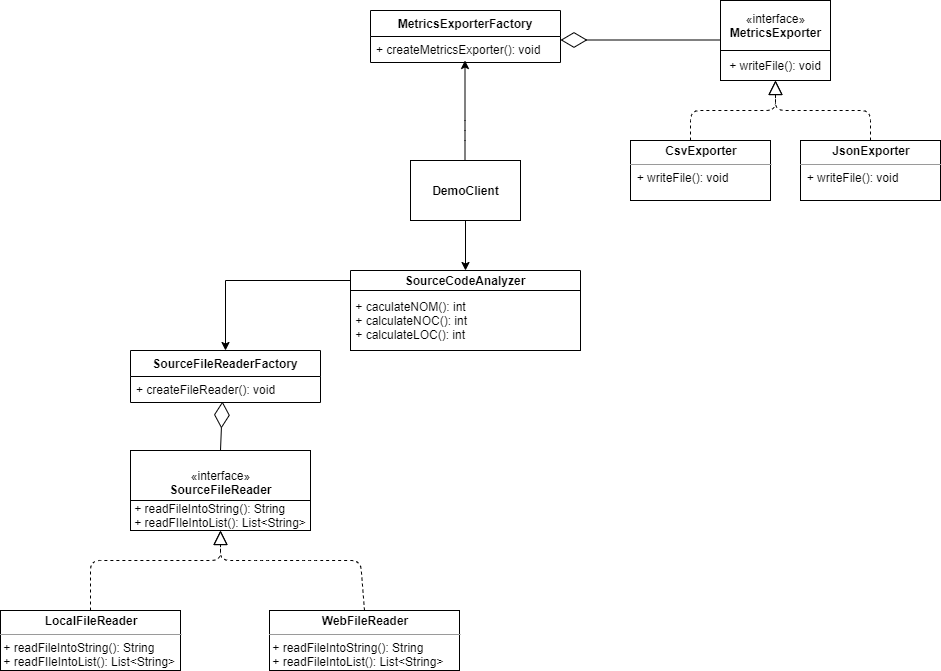
Earlier version of the draw.io export sourcecodeanalyzer/current_class_diagram.png (Elviraant/seip-assignments-2020). Source tidied: cells renumbered, new cells last; positions are measured from the earlier drawing's top-left corner, leaving out a move shared by most shapes.
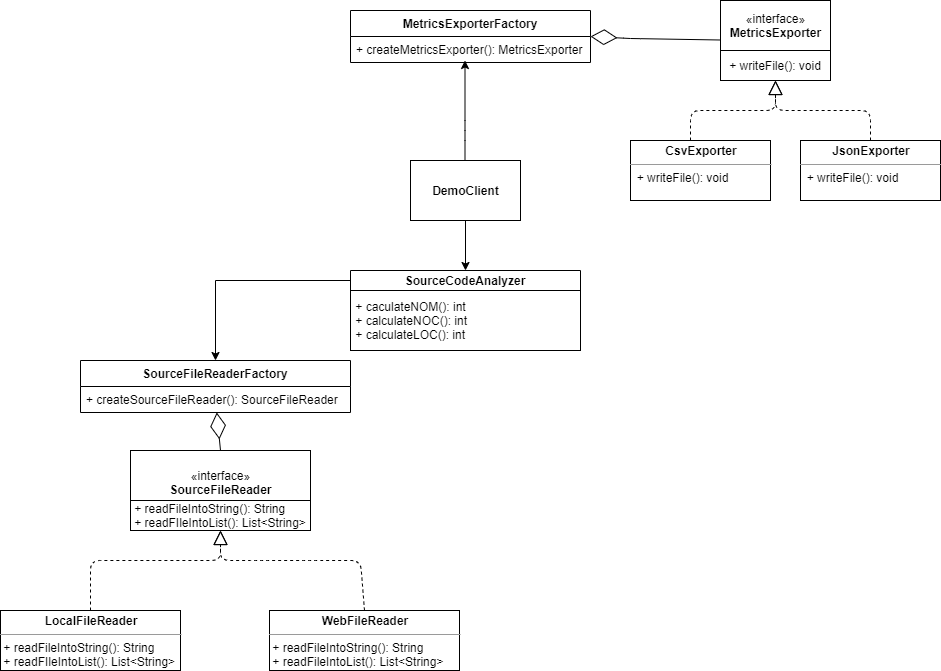
After the commit.

Commit message:
Update current class diagram

What changed in the source:
```diff
@@ -34,17 +34,19 @@
         </Array>
       </mxGeometry>
     </mxCell>
-    <mxCell id="9" style="endArrow=diamondThin;endFill=0;endSize=24;html=1;" parent="1" edge="1">
+    <mxCell id="9" style="endArrow=diamondThin;endFill=0;endSize=24;html=1;entryX=1;entryY=0.5;entryDx=0;entryDy=0;" parent="1" edge="1" target="10">
       <mxGeometry relative="1" as="geometry">
         <mxPoint x="720" y="39.5" as="sourcePoint" />
-        <mxPoint x="560" y="39.5" as="targetPoint" />
+        <Array as="points">
+          <mxPoint x="630" y="38" />
+        </Array>
       </mxGeometry>
     </mxCell>
     <mxCell id="10" value="MetricsExporterFactory" style="swimlane;fontStyle=1;horizontal=1;startSize=26;fillColor=none;" parent="1" vertex="1">
-      <mxGeometry x="370" y="10" width="190" height="52" as="geometry" />
+      <mxGeometry x="350" y="10" width="240" height="52" as="geometry" />
     </mxCell>
-    <mxCell id="11" value="+ createMetricsExporter(): void" style="text;strokeColor=none;fillColor=none;align=left;verticalAlign=top;spacingLeft=4;spacingRight=4;overflow=hidden;" parent="10" vertex="1">
-      <mxGeometry y="26" width="190" height="26" as="geometry" />
+    <mxCell id="11" value="+ createMetricsExporter(): MetricsExporter" style="text;strokeColor=none;fillColor=none;align=left;verticalAlign=top;spacingLeft=4;spacingRight=4;overflow=hidden;" parent="10" vertex="1">
+      <mxGeometry y="26" width="240" height="26" as="geometry" />
     </mxCell>
     <mxCell id="12" style="edgeStyle=orthogonalEdgeStyle;rounded=0;jettySize=auto;html=1;" parent="1" edge="1" source="13" target="27">
       <mxGeometry relative="1" as="geometry" />
@@ -64,7 +66,7 @@
     <mxCell id="15" style="edgeStyle=orthogonalEdgeStyle;rounded=0;jettySize=auto;html=1;exitX=0;exitY=0.5;exitDx=0;exitDy=0;entryX=0.5;entryY=0;entryDx=0;entryDy=0;" parent="1" edge="1" source="27" target="25">
       <mxGeometry relative="1" as="geometry" />
     </mxCell>
-    <mxCell id="16" style="endArrow=diamondThin;endFill=0;endSize=24;html=1;exitX=0.5;exitY=0;exitDx=0;exitDy=0;entryX=0.484;entryY=0.962;entryDx=0;entryDy=0;entryPerimeter=0;" parent="1" edge="1" source="19" target="26">
+    <mxCell id="16" style="endArrow=diamondThin;endFill=0;endSize=24;html=1;exitX=0.5;exitY=0;exitDx=0;exitDy=0;" parent="1" edge="1" source="19" target="26">
       <mxGeometry relative="1" as="geometry" />
     </mxCell>
     <mxCell id="17" style="group;" parent="1" vertex="1">
@@ -104,17 +106,17 @@
         </Array>
       </mxGeometry>
     </mxCell>
+    <mxCell id="27" value="SourceCodeAnalyzer" style="swimlane;fontStyle=1;horizontal=1;startSize=26;fillColor=none;" parent="1" vertex="1">
+      <mxGeometry x="350" y="270" width="230" height="20" as="geometry" />
+    </mxCell>
+    <mxCell id="28" value="&amp;nbsp;+ caculateNOM(): int&lt;br&gt;&amp;nbsp;+ calculateNOC(): int&lt;br&gt;&amp;nbsp;+ calculateLOC(): int" style="rounded=0;whiteSpace=wrap;html=1;align=left;" parent="1" vertex="1">
+      <mxGeometry x="350" y="290" width="230" height="60" as="geometry" />
+    </mxCell>
     <mxCell id="25" value="SourceFileReaderFactory" style="swimlane;fontStyle=1;horizontal=1;startSize=26;fillColor=none;" parent="1" vertex="1">
-      <mxGeometry x="130" y="350" width="190" height="52" as="geometry" />
+      <mxGeometry x="80" y="360" width="270" height="52" as="geometry" />
     </mxCell>
-    <mxCell id="26" value="+ createFileReader(): void" style="text;strokeColor=none;fillColor=none;align=left;verticalAlign=top;spacingLeft=4;spacingRight=4;overflow=hidden;points=[[0,0.5],[1,0.5]];portConstraint=eastwest;" parent="25" vertex="1">
-      <mxGeometry y="26" width="190" height="26" as="geometry" />
+    <mxCell id="26" value="+ createSourceFileReader(): SourceFileReader" style="text;strokeColor=none;fillColor=none;align=left;verticalAlign=top;spacingLeft=4;spacingRight=4;overflow=hidden;points=[[0,0.5],[1,0.5]];portConstraint=eastwest;" parent="25" vertex="1">
+      <mxGeometry y="26" width="270" height="26" as="geometry" />
     </mxCell>
-    <mxCell id="27" value="SourceCodeAnalyzer" style="swimlane;fontStyle=1;horizontal=1;startSize=26;fillColor=none;" parent="1" vertex="1">
-      <mxGeometry x="350" y="270" width="230" height="20" as="geometry" />
-    </mxCell>
-    <mxCell id="28" value="&amp;nbsp;+ caculateNOM(): int&lt;br&gt;&amp;nbsp;+ calculateNOC(): int&lt;br&gt;&amp;nbsp;+ calculateLOC(): int" style="rounded=0;whiteSpace=wrap;html=1;align=left;" parent="1" vertex="1">
-      <mxGeometry x="350" y="290" width="230" height="60" as="geometry" />
-    </mxCell>
   </root>
 </mxGraphModel>
```
